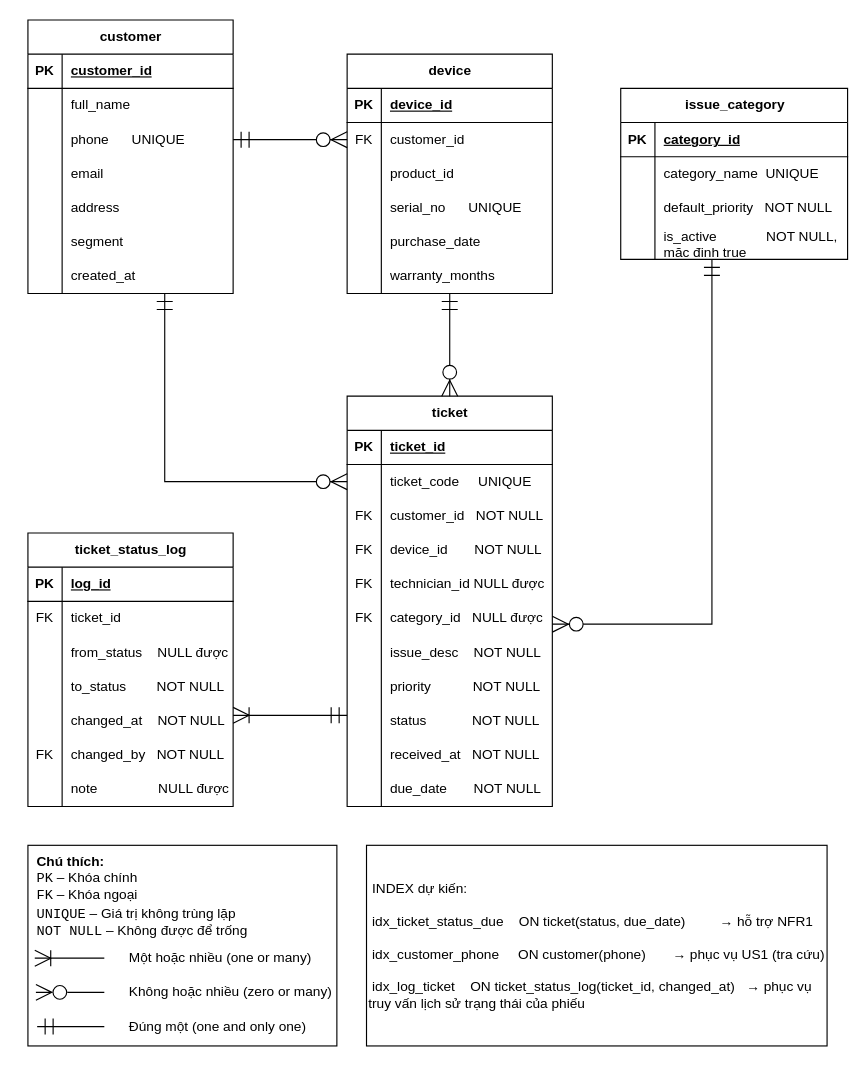
Before: docs/erd.drawio in Dang-Mai-Hoang-Long/cdtn1-dangmaihoanglong-l2, a draw.io diagram. Source tidied: cells renumbered, new cells numbered last; positions are measured from the earlier drawing's top-left corner, leaving out a move shared by most shapes. Both pictures are drawn from the tidied source at 114%, with x=0, y=0 at pixel (27, 19).
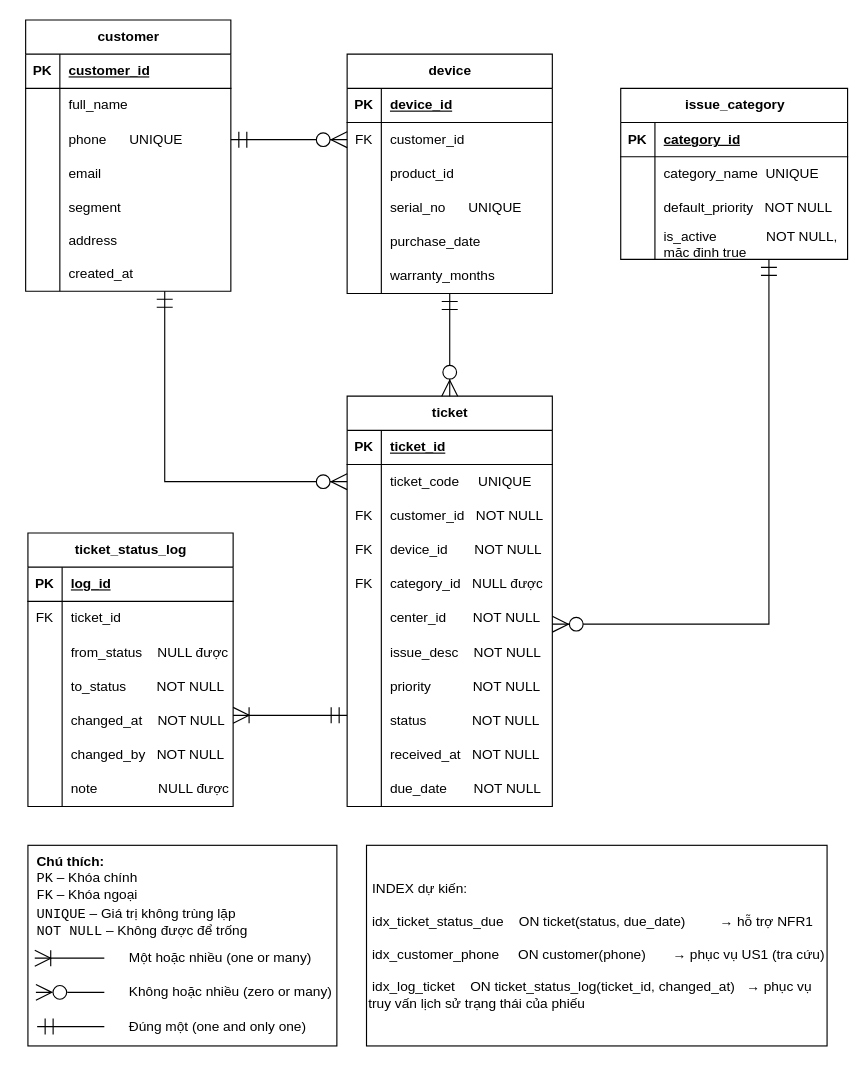
Above is the later version.

Commit message (it also covers changes not shown here):
docs(erd): Bỏ trường technician_id trong bảng ticket, bỏ khóa ngoại trường changed_by trong bảng ticket_status_log docs(wireframe): Cập nhật tên trường Mô tả sự cố thành Mô tả lỗi

The change refers to these unchanged cells:
```xml
<mxCell id="43" value="ticket" style="shape=table;startSize=30;childLayout=tableLayout;rowLines=0;fontStyle=1;align=center;html=1;" parent="1" vertex="1">
  <mxGeometry x="280" y="330" width="180" height="360" as="geometry" />
</mxCell>
<mxCell id="77" value="ticket_status_log" style="shape=table;startSize=30;childLayout=tableLayout;rowLines=0;fontStyle=1;align=center;html=1;" parent="1" vertex="1">
  <mxGeometry y="450" width="180" height="240" as="geometry" />
</mxCell>
<mxCell id="109" style="shape=tableRow;horizontal=0;startSize=0;swimlaneHead=0;swimlaneBody=0;fillColor=none;points=[[0,0.5],[1,0.5]];portConstraint=eastwest;top=0;left=0;right=0;bottom=0;" parent="99" vertex="1">
  <mxGeometry y="120" width="199" height="30" as="geometry" />
</mxCell>
```

The edit, as a diff of the source:
```diff
@@
     <mxCell id="2" value="customer" style="shape=table;startSize=30;childLayout=tableLayout;rowLines=0;fontStyle=1;align=center;html=1;" parent="1" vertex="1">
-      <mxGeometry width="180" height="240" as="geometry" />
+      <mxGeometry x="-2" width="180" height="238" as="geometry" />
     </mxCell>
@@
+    <mxCell id="56" style="shape=tableRow;horizontal=0;startSize=0;swimlaneHead=0;swimlaneBody=0;fillColor=none;top=0;left=0;right=0;bottom=0;" parent="2" vertex="1">
+      <mxGeometry y="150" width="180" height="30" as="geometry" />
+    </mxCell>
+    <mxCell id="126" style="shape=partialRectangle;fillColor=none;top=0;left=0;bottom=0;right=0;overflow=hidden;whiteSpace=wrap;html=1;" parent="56" vertex="1">
+      <mxGeometry width="30" height="30" as="geometry" />
+    </mxCell>
+    <mxCell id="20" value="segment" style="shape=partialRectangle;fillColor=none;top=0;left=0;bottom=0;right=0;align=left;spacingLeft=6;overflow=hidden;whiteSpace=wrap;html=1;" parent="56" vertex="1">
+      <mxGeometry x="30" width="150" height="30" as="geometry" />
+    </mxCell>
     <mxCell id="15" style="shape=tableRow;horizontal=0;startSize=0;swimlaneHead=0;swimlaneBody=0;fillColor=none;top=0;left=0;right=0;bottom=0;" parent="2" vertex="1">
-      <mxGeometry y="150" width="180" height="30" as="geometry" />
+      <mxGeometry y="180" width="180" height="28" as="geometry" />
     </mxCell>
     <mxCell id="16" style="shape=partialRectangle;fillColor=none;top=0;left=0;bottom=0;right=0;overflow=hidden;whiteSpace=wrap;html=1;" parent="15" vertex="1">
-      <mxGeometry width="30" height="30" as="geometry" />
+      <mxGeometry width="30" height="28" as="geometry" />
     </mxCell>
     <mxCell id="17" value="address" style="shape=partialRectangle;fillColor=none;top=0;left=0;bottom=0;right=0;align=left;spacingLeft=6;overflow=hidden;whiteSpace=wrap;html=1;" parent="15" vertex="1">
-      <mxGeometry x="30" width="150" height="30" as="geometry" />
+      <mxGeometry x="30" width="150" height="28" as="geometry" />
     </mxCell>
-    <mxCell id="18" style="shape=tableRow;horizontal=0;startSize=0;swimlaneHead=0;swimlaneBody=0;fillColor=none;top=0;left=0;right=0;bottom=0;" parent="2" vertex="1">
-      <mxGeometry y="180" width="180" height="30" as="geometry" />
-    </mxCell>
-    <mxCell id="19" style="shape=partialRectangle;fillColor=none;top=0;left=0;bottom=0;right=0;overflow=hidden;whiteSpace=wrap;html=1;" parent="18" vertex="1">
-      <mxGeometry width="30" height="30" as="geometry" />
-    </mxCell>
-    <mxCell id="20" value="segment" style="shape=partialRectangle;fillColor=none;top=0;left=0;bottom=0;right=0;align=left;spacingLeft=6;overflow=hidden;whiteSpace=wrap;html=1;" parent="18" vertex="1">
-      <mxGeometry x="30" width="150" height="30" as="geometry" />
-    </mxCell>
     <mxCell id="21" style="shape=tableRow;horizontal=0;startSize=0;swimlaneHead=0;swimlaneBody=0;fillColor=none;points=[[0,0.5],[1,0.5]];portConstraint=eastwest;top=0;left=0;right=0;bottom=0;" parent="2" vertex="1">
-      <mxGeometry y="210" width="180" height="30" as="geometry" />
+      <mxGeometry y="208" width="180" height="30" as="geometry" />
     </mxCell>
@@
-    <mxCell id="56" style="shape=tableRow;horizontal=0;startSize=0;swimlaneHead=0;swimlaneBody=0;fillColor=none;top=0;left=0;right=0;bottom=0;" parent="43" vertex="1">
-      <mxGeometry y="150" width="180" height="30" as="geometry" />
-    </mxCell>
-    <mxCell id="57" value="FK" style="shape=partialRectangle;fillColor=none;top=0;left=0;bottom=0;right=0;overflow=hidden;whiteSpace=wrap;html=1;" parent="56" vertex="1">
-      <mxGeometry width="30" height="30" as="geometry" />
-    </mxCell>
-    <mxCell id="58" value="technician_id NULL được" style="shape=partialRectangle;fillColor=none;top=0;left=0;bottom=0;right=0;align=left;spacingLeft=6;overflow=hidden;whiteSpace=wrap;html=1;" parent="56" vertex="1">
-      <mxGeometry x="30" width="150" height="30" as="geometry" />
-    </mxCell>
     <mxCell id="59" style="shape=tableRow;horizontal=0;startSize=0;swimlaneHead=0;swimlaneBody=0;fillColor=none;points=[[0,0.5],[1,0.5]];portConstraint=eastwest;top=0;left=0;right=0;bottom=0;" parent="43" vertex="1">
-      <mxGeometry y="180" width="180" height="30" as="geometry" />
+      <mxGeometry y="150" width="180" height="30" as="geometry" />
     </mxCell>
@@
+    <mxCell id="127" style="shape=tableRow;horizontal=0;startSize=0;swimlaneHead=0;swimlaneBody=0;fillColor=none;points=[[0,0.5],[1,0.5]];portConstraint=eastwest;top=0;left=0;right=0;bottom=0;" parent="43" vertex="1">
+      <mxGeometry y="180" width="180" height="30" as="geometry" />
+    </mxCell>
+    <mxCell id="128" style="shape=partialRectangle;fillColor=none;top=0;left=0;bottom=0;right=0;overflow=hidden;whiteSpace=wrap;html=1;" parent="127" vertex="1">
+      <mxGeometry width="30" height="30" as="geometry" />
+    </mxCell>
+    <mxCell id="129" value="center_id&amp;nbsp; &amp;nbsp; &amp;nbsp; &amp;nbsp;NOT NULL&lt;br&gt; " style="shape=partialRectangle;fillColor=none;top=0;left=0;bottom=0;right=0;align=left;spacingLeft=6;overflow=hidden;whiteSpace=wrap;html=1;" parent="127" vertex="1">
+      <mxGeometry x="30" width="150" height="30" as="geometry" />
+    </mxCell>
@@
-    <mxCell id="93" style="shape=tableRow;horizontal=0;startSize=0;swimlaneHead=0;swimlaneBody=0;fillColor=none;top=0;left=0;right=0;bottom=0;" parent="77" vertex="1">
-      <mxGeometry y="180" width="180" height="30" as="geometry" />
-    </mxCell>
-    <mxCell id="94" value="FK" style="shape=partialRectangle;fillColor=none;top=0;left=0;bottom=0;right=0;overflow=hidden;whiteSpace=wrap;html=1;" parent="93" vertex="1">
-      <mxGeometry width="30" height="30" as="geometry" />
-    </mxCell>
+    <mxCell id="130" style="shape=tableRow;horizontal=0;startSize=0;swimlaneHead=0;swimlaneBody=0;fillColor=none;top=0;left=0;right=0;bottom=0;" parent="77" vertex="1">
+      <mxGeometry y="180" width="180" height="30" as="geometry" />
+    </mxCell>
+    <mxCell id="131" style="shape=partialRectangle;fillColor=none;top=0;left=0;bottom=0;right=0;overflow=hidden;whiteSpace=wrap;html=1;" parent="130" vertex="1">
+      <mxGeometry width="30" height="30" as="geometry" />
+    </mxCell>
-    <mxCell id="95" value="changed_by&amp;nbsp; &amp;nbsp;NOT NULL " style="shape=partialRectangle;fillColor=none;top=0;left=0;bottom=0;right=0;align=left;spacingLeft=6;overflow=hidden;whiteSpace=wrap;html=1;" parent="93" vertex="1">
+    <mxCell id="95" value="changed_by &amp;nbsp; NOT NULL" style="shape=partialRectangle;fillColor=none;top=0;left=0;bottom=0;right=0;align=left;spacingLeft=6;overflow=hidden;whiteSpace=wrap;html=1;" parent="130" vertex="1">
       <mxGeometry x="30" width="150" height="30" as="geometry" />
     </mxCell>
@@
-    <mxCell id="116" style="edgeStyle=orthogonalEdgeStyle;fontSize=12;html=1;endArrow=ERzeroToMany;startArrow=ERmandOne;rounded=0;startSize=12;endSize=12;" parent="1" edge="1" source="109" target="59">
-      <mxGeometry x="-0.53" relative="1" as="geometry">
+    <mxCell id="116" style="edgeStyle=orthogonalEdgeStyle;fontSize=12;html=1;endArrow=ERzeroToMany;startArrow=ERmandOne;rounded=0;startSize=12;endSize=12;" parent="1" edge="1" target="127">
+      <mxGeometry x="-0.49" relative="1" as="geometry">
+        <mxPoint x="650" y="210" as="sourcePoint" />
         <Array as="points">
-          <mxPoint x="600" y="530" />
+          <mxPoint x="650" y="530" />
         </Array>
       </mxGeometry>
     </mxCell>
```
